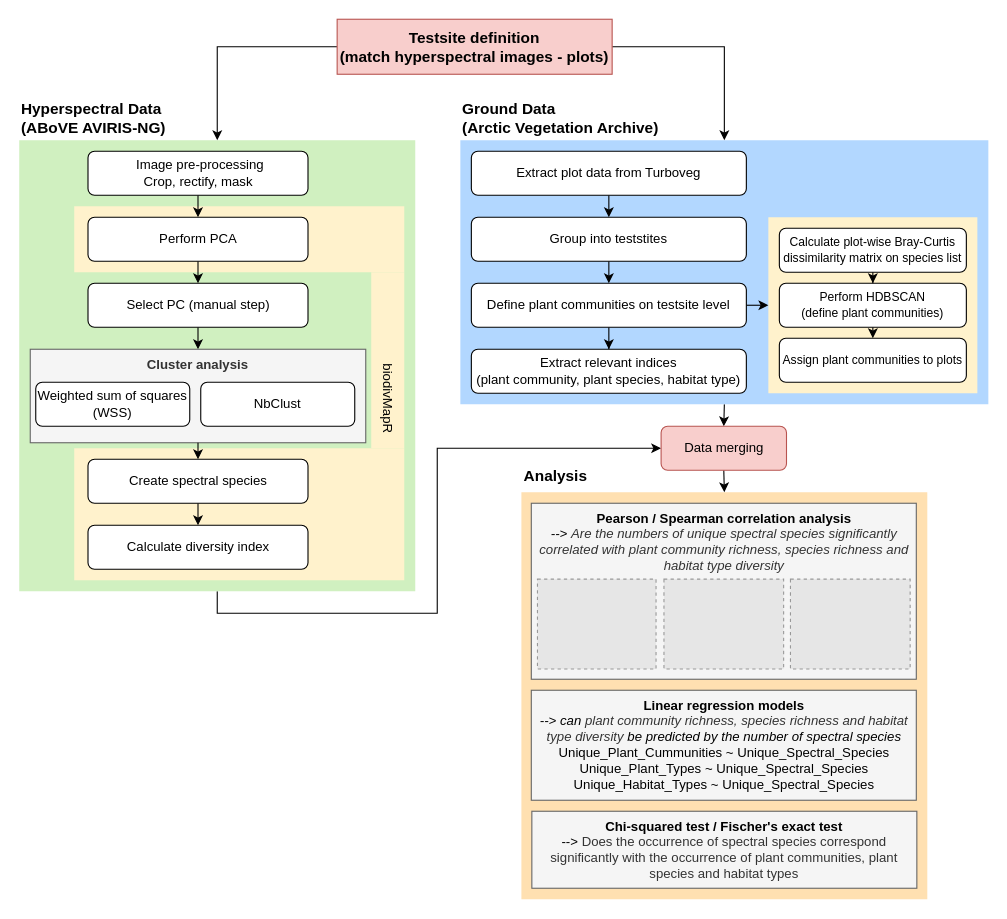
This is Drawio/Workflow_V2.drawio from patrickangst/UWW200_Master_Thesis_public, a draw.io file, before an edit. Source tidied: cells renumbered, new cells numbered last; positions are measured from the earlier drawing's top-left corner, leaving out a move shared by most shapes. Both pictures are drawn from the tidied source at 110%, with x=0, y=0 at pixel (19, 19). Pictures stored in the file or linked from it are replaced by grey dashed boxes.
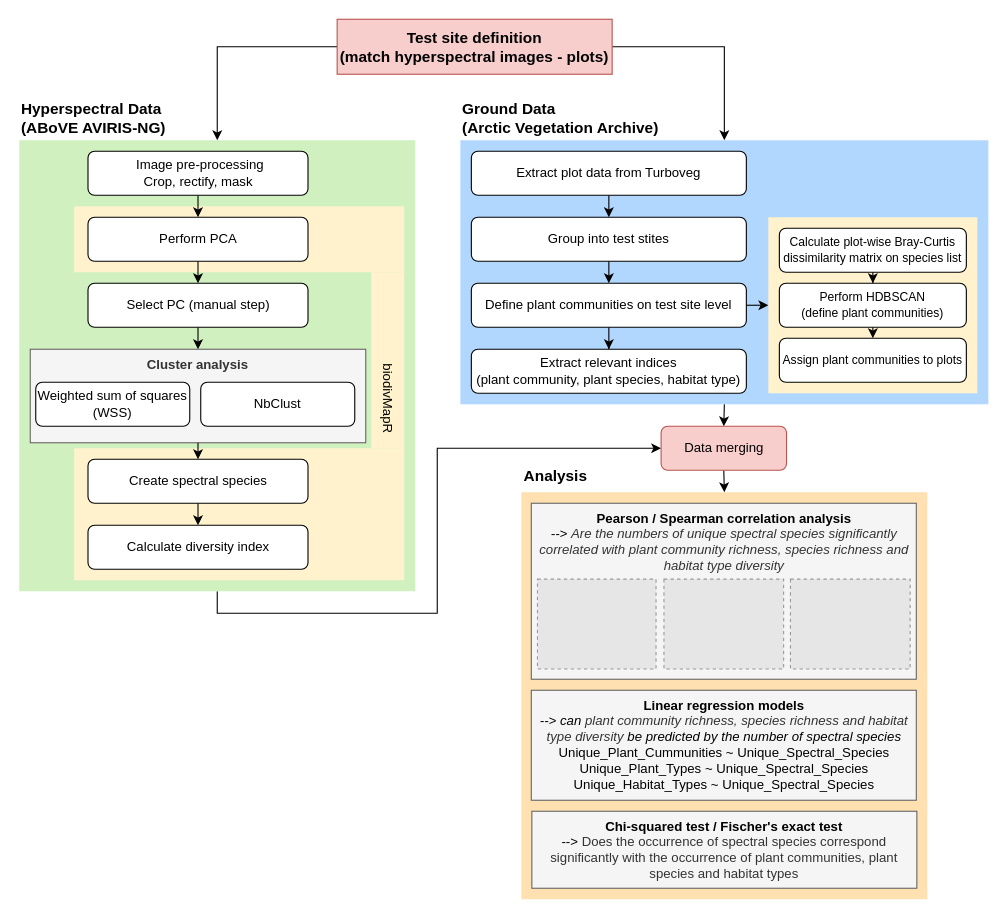
The same page after the edit.

What changed in the source:
```diff
@@
-    <mxCell id="25" value="Group into teststites" style="rounded=1;whiteSpace=wrap;html=1;" parent="1" vertex="1">
+    <mxCell id="25" value="Group into test stites" style="rounded=1;whiteSpace=wrap;html=1;" parent="1" vertex="1">
       <mxGeometry x="411" y="180" width="250" height="40" as="geometry" />
     </mxCell>
@@
-    <mxCell id="28" value="Define plant communities on testsite level" style="rounded=1;whiteSpace=wrap;html=1;" parent="1" vertex="1">
+    <mxCell id="28" value="Define plant communities on test site level" style="rounded=1;whiteSpace=wrap;html=1;" parent="1" vertex="1">
       <mxGeometry x="411" y="240" width="250" height="40" as="geometry" />
     </mxCell>
@@
-    <mxCell id="53" value="Testsite definition&lt;div&gt;(match hyperspectral images - plots)&lt;/div&gt;" style="rounded=1;whiteSpace=wrap;html=1;fillColor=#f8cecc;strokeColor=#b85450;fontStyle=1;fontSize=14;arcSize=0;" parent="1" vertex="1">
+    <mxCell id="53" value="Test site definition&lt;div&gt;(match hyperspectral images - plots)&lt;/div&gt;" style="rounded=1;whiteSpace=wrap;html=1;fillColor=#f8cecc;strokeColor=#b85450;fontStyle=1;fontSize=14;arcSize=0;" parent="1" vertex="1">
       <mxGeometry x="289" width="250" height="50" as="geometry" />
     </mxCell>
```
